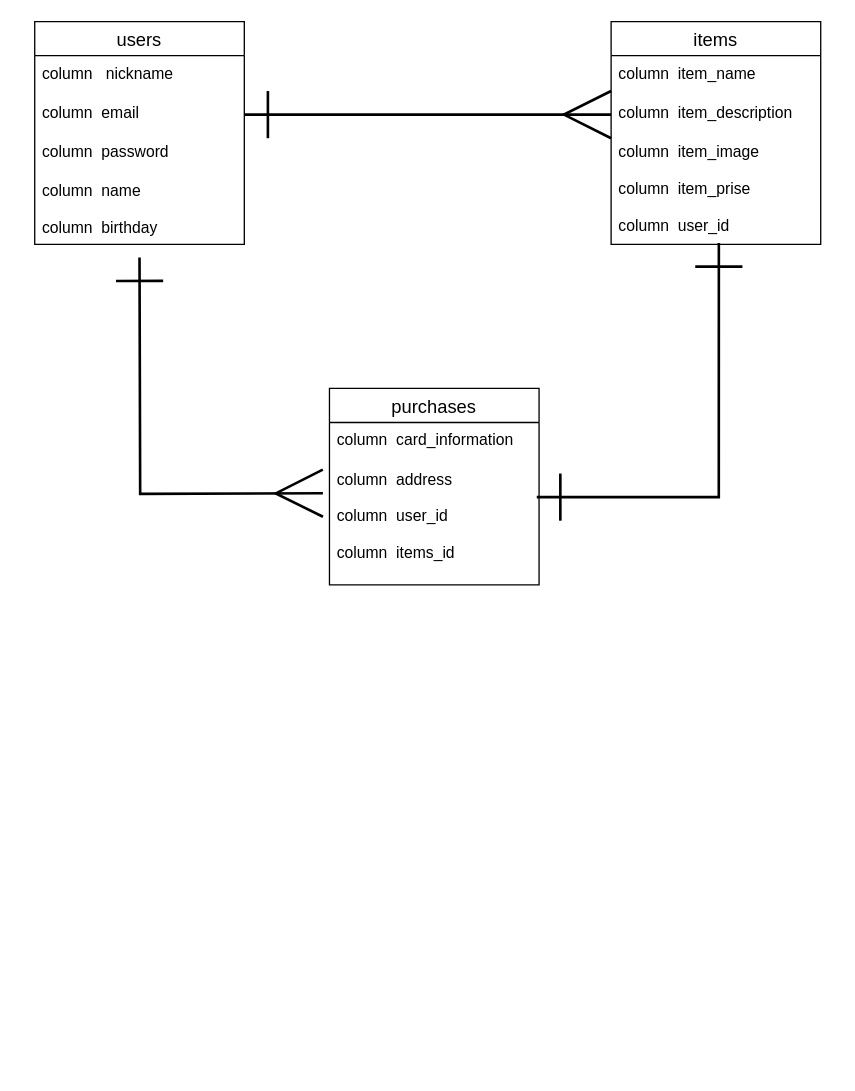
Before: ER.dio in yuyajam1313/furima-34408, a draw.io diagram. Source tidied: cells renumbered, new cells numbered last; positions are measured from the earlier drawing's top-left corner, leaving out a move shared by most shapes. Both pictures are drawn from the tidied source at 131%, with x=0, y=0 at pixel (34, 21).
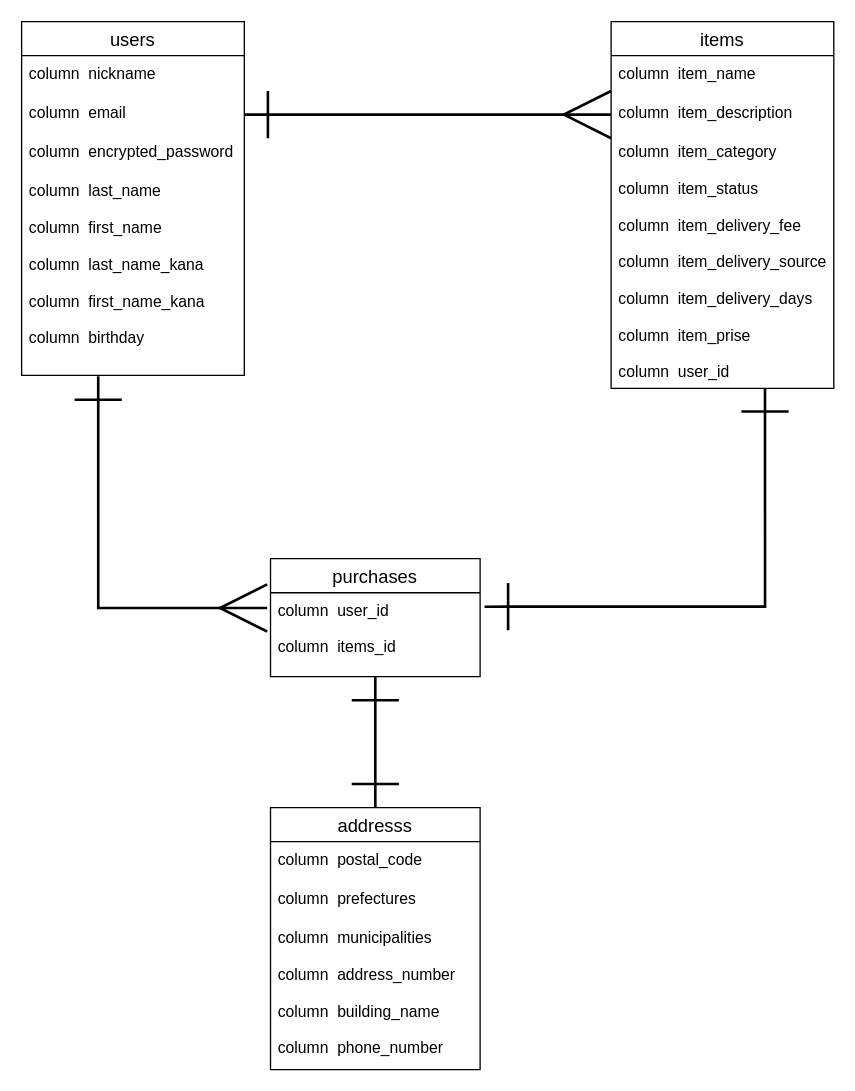
The same diagram, later.

Commit message (it also covers changes not shown here):
１回目の修正依頼

Change to the diagram source:
```diff
@@
+    <mxCell id="17" style="edgeStyle=orthogonalEdgeStyle;rounded=0;jumpSize=24;jettySize=auto;html=1;entryX=0.5;entryY=0;entryDx=0;entryDy=0;startArrow=ERone;startFill=0;startSize=33;endArrow=ERone;endFill=0;endSize=33;strokeWidth=2;" parent="1" edge="1" source="2" target="18">
+      <mxGeometry relative="1" as="geometry" />
+    </mxCell>
     <mxCell id="2" value="purchases" style="swimlane;fontStyle=0;horizontal=1;startSize=26;align=center;fontSize=14;" parent="1" vertex="1">
-      <mxGeometry x="225" y="280" width="160" height="150" as="geometry" />
+      <mxGeometry x="180" y="410" width="160" height="90" as="geometry" />
     </mxCell>
-    <mxCell id="3" value="column  card_information" style="text;strokeColor=none;fillColor=none;spacingLeft=4;spacingRight=4;overflow=hidden;fontSize=12;" parent="2" vertex="1">
-      <mxGeometry y="26" width="160" height="30" as="geometry" />
-    </mxCell>
-    <mxCell id="4" value="column  address&#10;&#10;column  user_id&#10;&#10;column  items_id" style="text;strokeColor=none;fillColor=none;spacingLeft=4;spacingRight=4;overflow=hidden;points=[[0,0.5],[1,0.5]];portConstraint=eastwest;fontSize=12;" parent="2" vertex="1">
-      <mxGeometry y="56" width="160" height="94" as="geometry" />
+    <mxCell id="4" value="column  user_id&#10;&#10;column  items_id" style="text;strokeColor=none;fillColor=none;spacingLeft=4;spacingRight=4;overflow=hidden;points=[[0,0.5],[1,0.5]];portConstraint=eastwest;fontSize=12;" parent="2" vertex="1">
+      <mxGeometry y="26" width="160" height="64" as="geometry" />
     </mxCell>
     <mxCell id="5" value="items" style="swimlane;fontStyle=0;horizontal=1;startSize=26;align=center;fontSize=14;" parent="1" vertex="1">
-      <mxGeometry x="440" width="160" height="170" as="geometry" />
+      <mxGeometry x="440" width="170" height="280" as="geometry" />
     </mxCell>
     <mxCell id="6" value="column  item_name" style="text;strokeColor=none;fillColor=none;spacingLeft=4;spacingRight=4;overflow=hidden;fontSize=12;" parent="5" vertex="1">
-      <mxGeometry y="26" width="160" height="30" as="geometry" />
+      <mxGeometry y="26" width="170" height="30" as="geometry" />
     </mxCell>
     <mxCell id="7" value="column  item_description" style="text;strokeColor=none;fillColor=none;spacingLeft=4;spacingRight=4;overflow=hidden;points=[[0,0.5],[1,0.5]];portConstraint=eastwest;fontSize=12;" parent="5" vertex="1">
-      <mxGeometry y="56" width="160" height="30" as="geometry" />
+      <mxGeometry y="56" width="170" height="30" as="geometry" />
     </mxCell>
-    <mxCell id="8" value="column  item_image&#10;&#10;column  item_prise&#10;&#10;column  user_id" style="text;strokeColor=none;fillColor=none;spacingLeft=4;spacingRight=4;overflow=hidden;points=[[0,0.5],[1,0.5]];portConstraint=eastwest;fontSize=12;" parent="5" vertex="1">
-      <mxGeometry y="86" width="160" height="84" as="geometry" />
+    <mxCell id="8" value="column  item_category&#10;&#10;column  item_status&#10;&#10;column  item_delivery_fee&#10;&#10;column  item_delivery_source&#10;&#10;column  item_delivery_days&#10;&#10;column  item_prise&#10;&#10;column  user_id" style="text;strokeColor=none;fillColor=none;spacingLeft=4;spacingRight=4;overflow=hidden;points=[[0,0.5],[1,0.5]];portConstraint=eastwest;fontSize=12;" parent="5" vertex="1">
+      <mxGeometry y="86" width="170" height="194" as="geometry" />
     </mxCell>
     <mxCell id="9" value="users" style="swimlane;fontStyle=0;horizontal=1;startSize=26;align=center;fontSize=14;" parent="1" vertex="1">
-      <mxGeometry width="160" height="170" as="geometry" />
+      <mxGeometry x="-10" width="170" height="270" as="geometry" />
     </mxCell>
-    <mxCell id="10" value="column   nickname" style="text;strokeColor=none;fillColor=none;spacingLeft=4;spacingRight=4;overflow=hidden;fontSize=12;" parent="9" vertex="1">
-      <mxGeometry y="26" width="160" height="30" as="geometry" />
+    <mxCell id="10" value="column  nickname" style="text;strokeColor=none;fillColor=none;spacingLeft=4;spacingRight=4;overflow=hidden;fontSize=12;" parent="9" vertex="1">
+      <mxGeometry y="26" width="170" height="30" as="geometry" />
     </mxCell>
     <mxCell id="11" value="column  email" style="text;strokeColor=none;fillColor=none;spacingLeft=4;spacingRight=4;overflow=hidden;points=[[0,0.5],[1,0.5]];portConstraint=eastwest;fontSize=12;" parent="9" vertex="1">
-      <mxGeometry y="56" width="160" height="30" as="geometry" />
+      <mxGeometry y="56" width="170" height="30" as="geometry" />
     </mxCell>
-    <mxCell id="12" value="column  password" style="text;strokeColor=none;fillColor=none;spacingLeft=4;spacingRight=4;overflow=hidden;fontSize=12;" parent="9" vertex="1">
-      <mxGeometry y="86" width="160" height="30" as="geometry" />
+    <mxCell id="12" value="column  encrypted_password" style="text;strokeColor=none;fillColor=none;spacingLeft=4;spacingRight=4;overflow=hidden;fontSize=12;" parent="9" vertex="1">
+      <mxGeometry y="86" width="170" height="30" as="geometry" />
     </mxCell>
-    <mxCell id="13" value="column  name&#10;&#10;column  birthday" style="text;strokeColor=none;fillColor=none;spacingLeft=4;spacingRight=4;overflow=hidden;points=[[0,0.5],[1,0.5]];portConstraint=eastwest;fontSize=12;" parent="9" vertex="1">
-      <mxGeometry y="116" width="160" height="54" as="geometry" />
+    <mxCell id="13" value="column  last_name&#10;&#10;column  first_name&#10;&#10;column  last_name_kana&#10;&#10;column  first_name_kana&#10;&#10;column  birthday" style="text;strokeColor=none;fillColor=none;spacingLeft=4;spacingRight=4;overflow=hidden;points=[[0,0.5],[1,0.5]];portConstraint=eastwest;fontSize=12;" parent="9" vertex="1">
+      <mxGeometry y="116" width="170" height="154" as="geometry" />
     </mxCell>
@@
-    <mxCell id="15" style="edgeStyle=orthogonalEdgeStyle;rounded=0;jumpSize=24;jettySize=auto;html=1;exitX=0.989;exitY=0.287;exitDx=0;exitDy=0;endArrow=ERone;endFill=0;endSize=33;strokeWidth=2;startArrow=ERone;startFill=0;startSize=33;entryX=0.514;entryY=0.988;entryDx=0;entryDy=0;entryPerimeter=0;exitPerimeter=0;" parent="1" edge="1" source="4" target="8">
+    <mxCell id="15" style="edgeStyle=orthogonalEdgeStyle;rounded=0;jumpSize=24;jettySize=auto;html=1;exitX=1.021;exitY=0.166;exitDx=0;exitDy=0;endArrow=ERone;endFill=0;endSize=33;strokeWidth=2;startArrow=ERone;startFill=0;startSize=33;exitPerimeter=0;entryX=0.691;entryY=0.998;entryDx=0;entryDy=0;entryPerimeter=0;" parent="1" edge="1" source="4" target="8">
       <mxGeometry relative="1" as="geometry" />
     </mxCell>
-    <mxCell id="16" style="edgeStyle=orthogonalEdgeStyle;rounded=0;jumpSize=24;orthogonalLoop=1;jettySize=auto;html=1;startArrow=ERmany;startFill=0;startSize=33;endArrow=ERone;endFill=0;endSize=33;strokeWidth=2;" parent="1" edge="1">
-      <mxGeometry relative="1" as="geometry">
-        <mxPoint x="220" y="360" as="sourcePoint" />
-        <mxPoint x="80" y="180" as="targetPoint" />
-      </mxGeometry>
+    <mxCell id="16" style="edgeStyle=orthogonalEdgeStyle;rounded=0;jumpSize=24;jettySize=auto;html=1;startArrow=ERmany;startFill=0;startSize=33;endArrow=ERone;endFill=0;endSize=33;strokeWidth=2;exitX=-0.016;exitY=0.181;exitDx=0;exitDy=0;exitPerimeter=0;entryX=0.344;entryY=1.004;entryDx=0;entryDy=0;entryPerimeter=0;" parent="1" edge="1" source="4" target="13">
+      <mxGeometry relative="1" as="geometry" />
     </mxCell>
+    <mxCell id="18" value="addresss" style="swimlane;fontStyle=0;horizontal=1;startSize=26;align=center;fontSize=14;" parent="1" vertex="1">
+      <mxGeometry x="180" y="600" width="160" height="200" as="geometry" />
+    </mxCell>
+    <mxCell id="19" value="column  postal_code" style="text;strokeColor=none;fillColor=none;spacingLeft=4;spacingRight=4;overflow=hidden;fontSize=12;" parent="18" vertex="1">
+      <mxGeometry y="26" width="160" height="30" as="geometry" />
+    </mxCell>
+    <mxCell id="20" value="column  prefectures" style="text;strokeColor=none;fillColor=none;spacingLeft=4;spacingRight=4;overflow=hidden;fontSize=12;" parent="18" vertex="1">
+      <mxGeometry y="56" width="160" height="30" as="geometry" />
+    </mxCell>
+    <mxCell id="21" value="column  municipalities&#10;&#10;column  address_number&#10;&#10;column  building_name&#10;&#10;column  phone_number" style="text;strokeColor=none;fillColor=none;spacingLeft=4;spacingRight=4;overflow=hidden;fontSize=12;" parent="18" vertex="1">
+      <mxGeometry y="86" width="160" height="114" as="geometry" />
+    </mxCell>
```
